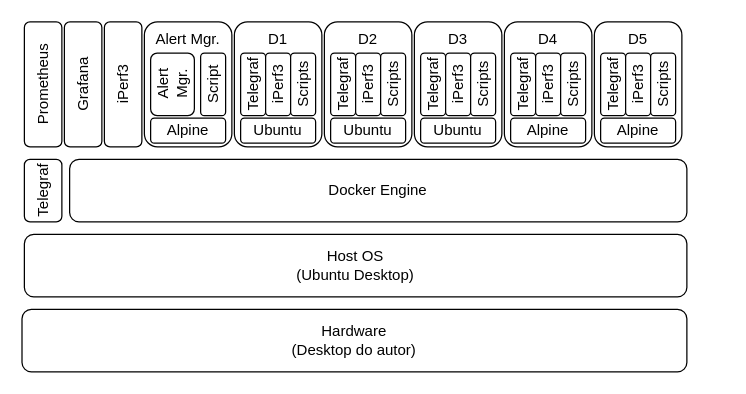
vitorco7/saturmon keeps this draw.io diagram as texto/Diagrams/v4-prometheus/final_stack.drawio. Above is the earlier version. Source tidied: cells renumbered, new cells numbered last; positions are measured from the earlier drawing's top-left corner, leaving out a move shared by most shapes. Both pictures are drawn from the tidied source at 125%, with x=0, y=0 at pixel (21, 21).
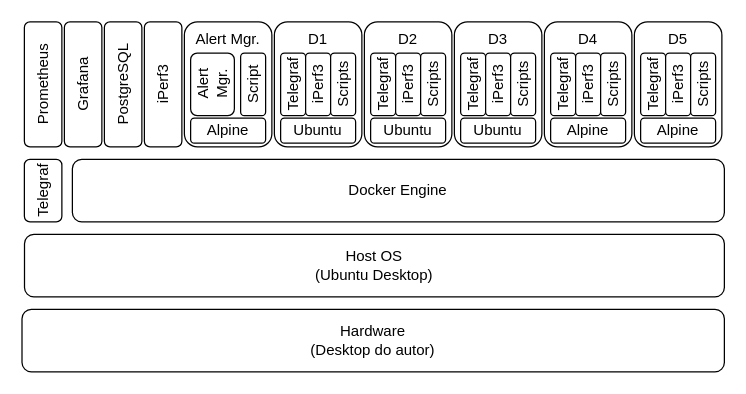
Above is the later version.

What changed in the source:
```diff
@@
-    <mxCell id="2" value="Hardware&lt;br&gt;(Desktop do autor)" style="rounded=1;whiteSpace=wrap;html=1;shadow=0;gradientDirection=south;glass=0;" parent="1" vertex="1">
-      <mxGeometry x="0.1" y="230" width="531.9" height="50" as="geometry" />
-    </mxCell>
-    <mxCell id="3" value="Host OS&lt;br&gt;&lt;div&gt;(Ubuntu Desktop)&lt;/div&gt;" style="rounded=1;whiteSpace=wrap;html=1;shadow=0;glass=0;" parent="1" vertex="1">
-      <mxGeometry x="2" y="170" width="530" height="50" as="geometry" />
-    </mxCell>
-    <mxCell id="4" value="Docker Engine" style="rounded=1;whiteSpace=wrap;html=1;shadow=0;gradientDirection=south;glass=0;" parent="1" vertex="1">
-      <mxGeometry x="38.2" y="110" width="493.8" height="50" as="geometry" />
-    </mxCell>
@@
-    <mxCell id="8" value="iPerf3" style="rounded=1;whiteSpace=wrap;html=1;direction=south;horizontal=0;" parent="1" vertex="1">
+    <mxCell id="8" value="PostgreSQL" style="rounded=1;whiteSpace=wrap;html=1;direction=south;horizontal=0;" parent="1" vertex="1">
       <mxGeometry x="66" width="30" height="100" as="geometry" />
     </mxCell>
+    <mxCell id="45" value="iPerf3" style="rounded=1;whiteSpace=wrap;html=1;direction=south;horizontal=0;" parent="1" vertex="1">
+      <mxGeometry x="98" width="30" height="100" as="geometry" />
+    </mxCell>
+    <mxCell id="2" value="Hardware&lt;br&gt;(Desktop do autor)" style="rounded=1;whiteSpace=wrap;html=1;shadow=0;gradientDirection=south;glass=0;" parent="1" vertex="1">
+      <mxGeometry x="0.1" y="230" width="561.9" height="50" as="geometry" />
+    </mxCell>
+    <mxCell id="3" value="Host OS&lt;br&gt;&lt;div&gt;(Ubuntu Desktop)&lt;/div&gt;" style="rounded=1;whiteSpace=wrap;html=1;shadow=0;glass=0;" parent="1" vertex="1">
+      <mxGeometry x="2.1" y="170" width="559.9" height="50" as="geometry" />
+    </mxCell>
+    <mxCell id="4" value="Docker Engine" style="rounded=1;whiteSpace=wrap;html=1;shadow=0;gradientDirection=south;glass=0;" parent="1" vertex="1">
+      <mxGeometry x="40.4" y="110" width="521.6" height="50" as="geometry" />
+    </mxCell>
     <mxCell id="9" style="group;" parent="1" vertex="1">
-      <mxGeometry x="170" width="358" height="100" as="geometry" />
+      <mxGeometry x="202" width="358" height="100" as="geometry" />
     </mxCell>
@@
     <mxCell id="40" style="group;" parent="1" vertex="1">
-      <mxGeometry x="98" width="70" height="100" as="geometry" />
+      <mxGeometry x="130" width="70" height="100" as="geometry" />
     </mxCell>
```
